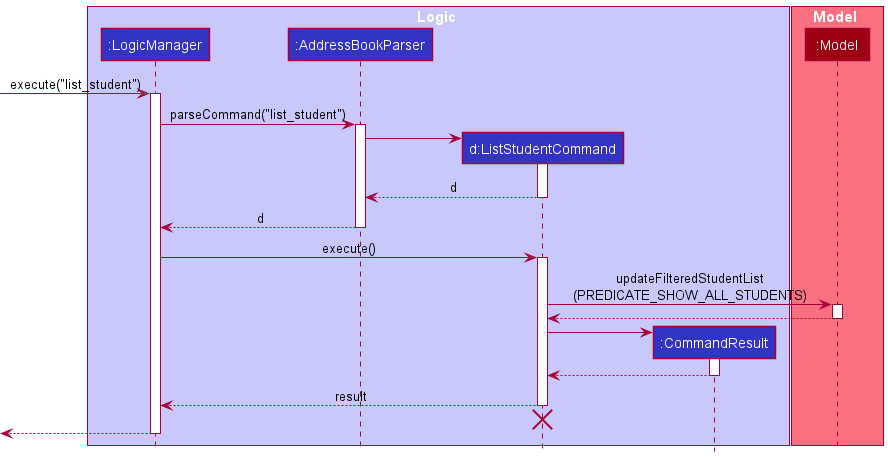
Before: docs/images/choonwei/ListStudentSequenceDiagram.png, a diagram exported from PlantUML (nus-cs2103-AY2021S2/tp).
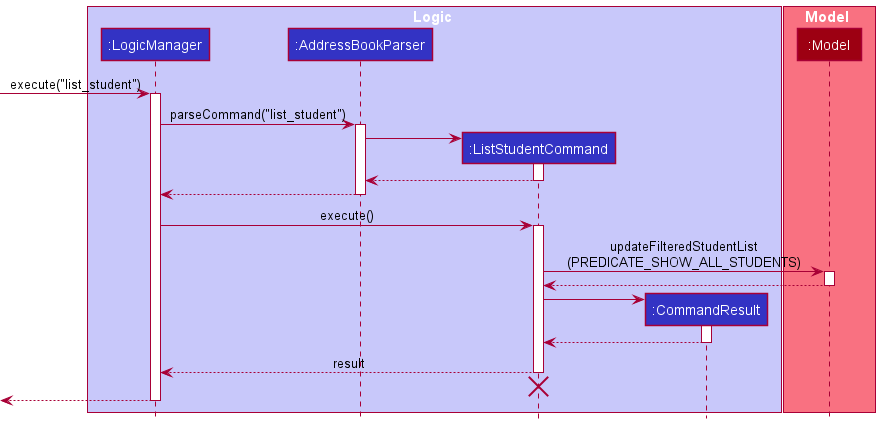
After the commit.

Commit message:
Amended sequence diagram based on comments.

The edit, as a diff of the source:
```diff
@@ -4,7 +4,7 @@
 box Logic LOGIC_COLOR_T1
 participant ":LogicManager" as LogicManager LOGIC_COLOR
 participant ":AddressBookParser" as AddressBookParser LOGIC_COLOR
-participant "d:ListStudentCommand" as ListStudentCommand LOGIC_COLOR
+participant ":ListStudentCommand" as ListStudentCommand LOGIC_COLOR
 participant ":CommandResult" as CommandResult LOGIC_COLOR
 end box
 
@@ -22,10 +22,10 @@
 AddressBookParser -> ListStudentCommand
 activate ListStudentCommand
 
-ListStudentCommand --> AddressBookParser : d
+ListStudentCommand --> AddressBookParser :
 deactivate ListStudentCommand
 
-AddressBookParser --> LogicManager : d
+AddressBookParser --> LogicManager :
 deactivate AddressBookParser
 
 LogicManager -> ListStudentCommand : execute()
```
